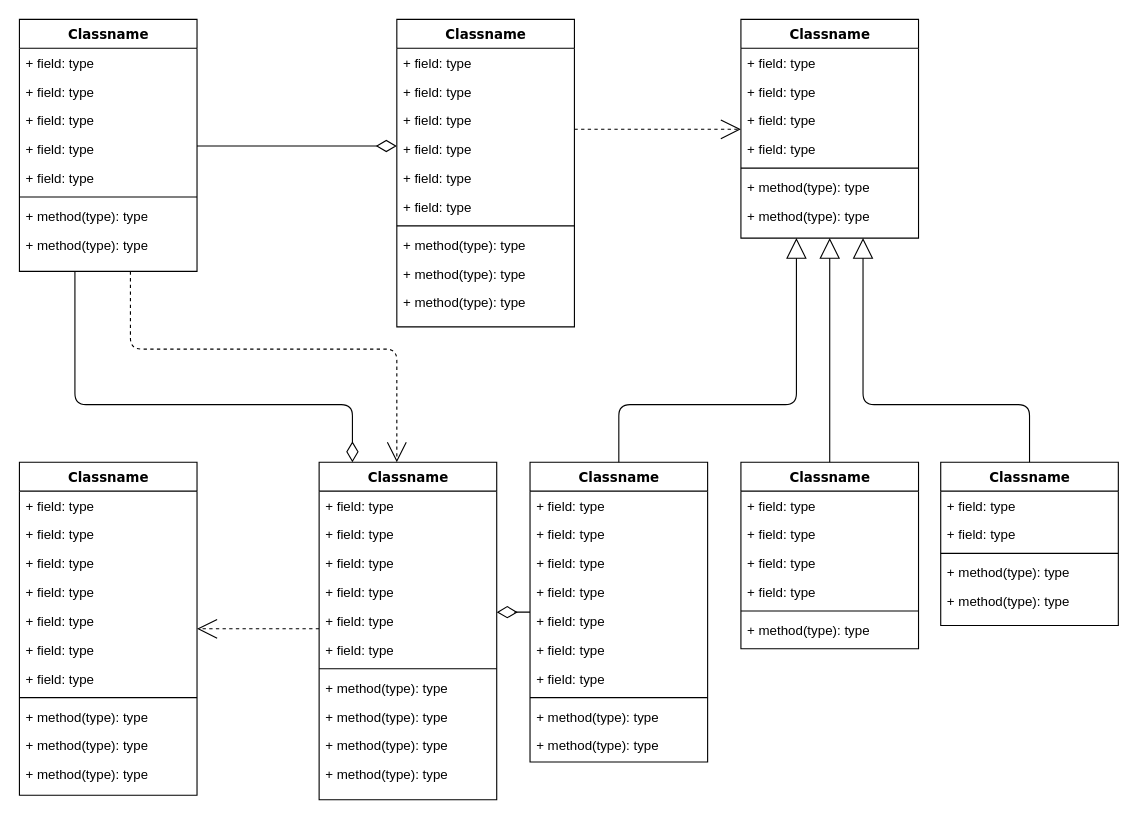
JoselitoNascimento/vue-mcj-api keeps this draw.io diagram as src/Untitled Diagram.drawio. Above is the earlier version. Source tidied: cells renumbered, new cells numbered last; positions are measured from the earlier drawing's top-left corner, leaving out a move shared by most shapes. Both pictures are drawn from the tidied source at 111%, with x=0, y=0 at pixel (19, 19).
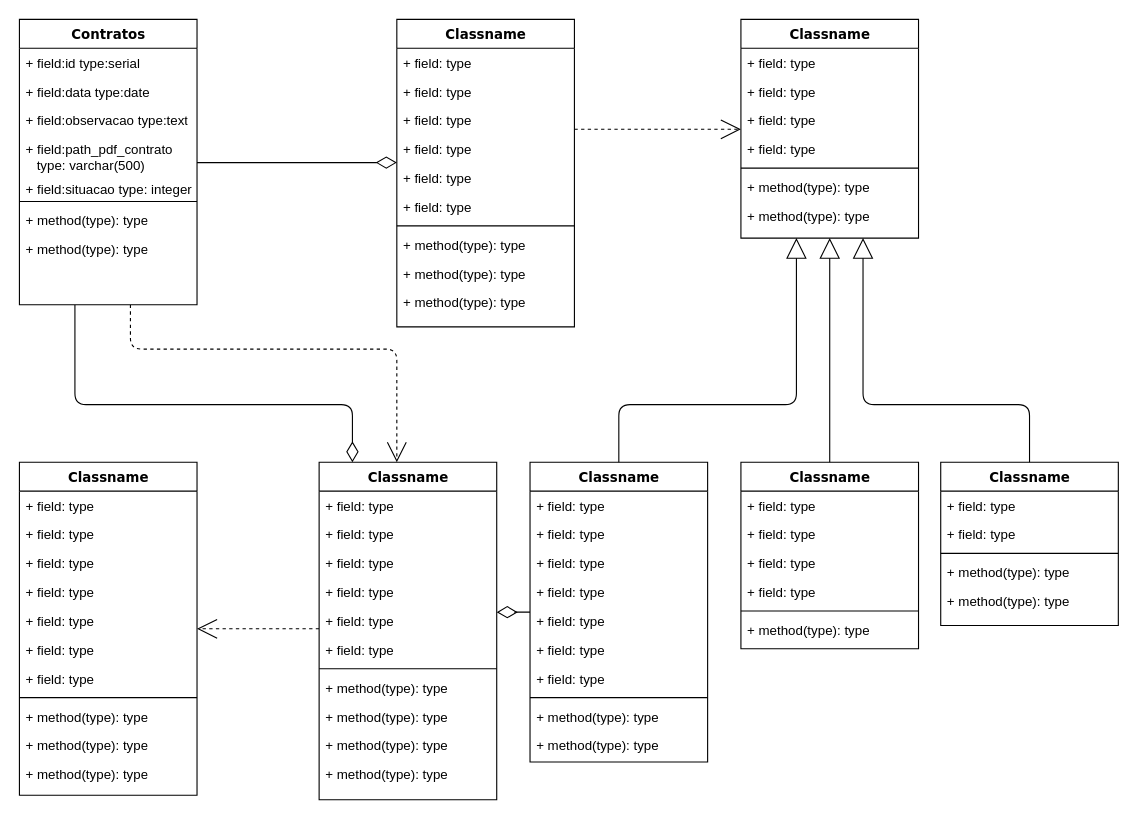
After the change.

The edit, as a diff of the source:
```diff
@@
-    <mxCell id="4" value="Classname" style="swimlane;html=1;fontStyle=1;align=center;verticalAlign=top;horizontal=1;startSize=26;swimlaneFillColor=#ffffff;rounded=0;shadow=0;comic=0;labelBackgroundColor=none;strokeWidth=1;fillColor=none;fontFamily=Verdana;fontSize=12;" parent="1" vertex="1">
-      <mxGeometry width="160" height="227" as="geometry" />
+    <mxCell id="4" value="Contratos" style="swimlane;html=1;fontStyle=1;align=center;verticalAlign=top;horizontal=1;startSize=26;swimlaneFillColor=#ffffff;rounded=0;shadow=0;comic=0;labelBackgroundColor=none;strokeWidth=1;fillColor=none;fontFamily=Verdana;fontSize=12;" parent="1" vertex="1">
+      <mxGeometry width="160" height="257" as="geometry" />
     </mxCell>
-    <mxCell id="5" value="+ field: type" style="text;html=1;strokeColor=none;fillColor=none;align=left;verticalAlign=top;spacingLeft=4;spacingRight=4;whiteSpace=wrap;overflow=hidden;" parent="4" vertex="1">
+    <mxCell id="5" value="+ field:id type:serial" style="text;html=1;strokeColor=none;fillColor=none;align=left;verticalAlign=top;spacingLeft=4;spacingRight=4;whiteSpace=wrap;overflow=hidden;" parent="4" vertex="1">
       <mxGeometry y="26" width="160" height="26" as="geometry" />
     </mxCell>
-    <mxCell id="6" value="+ field: type" style="text;html=1;strokeColor=none;fillColor=none;align=left;verticalAlign=top;spacingLeft=4;spacingRight=4;whiteSpace=wrap;overflow=hidden;" parent="4" vertex="1">
+    <mxCell id="6" value="+ field:data type:date" style="text;html=1;strokeColor=none;fillColor=none;align=left;verticalAlign=top;spacingLeft=4;spacingRight=4;whiteSpace=wrap;overflow=hidden;" parent="4" vertex="1">
       <mxGeometry y="52" width="160" height="26" as="geometry" />
     </mxCell>
-    <mxCell id="7" value="+ field: type" style="text;html=1;strokeColor=none;fillColor=none;align=left;verticalAlign=top;spacingLeft=4;spacingRight=4;whiteSpace=wrap;overflow=hidden;" parent="4" vertex="1">
+    <mxCell id="7" value="+ field:observacao type:text" style="text;html=1;strokeColor=none;fillColor=none;align=left;verticalAlign=top;spacingLeft=4;spacingRight=4;whiteSpace=wrap;overflow=hidden;" parent="4" vertex="1">
       <mxGeometry y="78" width="160" height="26" as="geometry" />
     </mxCell>
-    <mxCell id="8" value="+ field: type" style="text;html=1;strokeColor=none;fillColor=none;align=left;verticalAlign=top;spacingLeft=4;spacingRight=4;whiteSpace=wrap;overflow=hidden;" parent="4" vertex="1">
-      <mxGeometry y="104" width="160" height="26" as="geometry" />
+    <mxCell id="8" value="+ field:path_pdf_contrato&lt;br&gt;&amp;nbsp; &amp;nbsp;type: varchar(500)" style="text;html=1;strokeColor=none;fillColor=none;align=left;verticalAlign=top;spacingLeft=4;spacingRight=4;whiteSpace=wrap;overflow=hidden;" parent="4" vertex="1">
+      <mxGeometry y="104" width="160" height="36" as="geometry" />
     </mxCell>
-    <mxCell id="9" value="+ field: type" style="text;html=1;strokeColor=none;fillColor=none;align=left;verticalAlign=top;spacingLeft=4;spacingRight=4;whiteSpace=wrap;overflow=hidden;" parent="4" vertex="1">
-      <mxGeometry y="130" width="160" height="26" as="geometry" />
+    <mxCell id="9" value="+ field:situacao type: integer" style="text;html=1;strokeColor=none;fillColor=none;align=left;verticalAlign=top;spacingLeft=4;spacingRight=4;whiteSpace=wrap;overflow=hidden;" parent="4" vertex="1">
+      <mxGeometry y="140" width="160" height="20" as="geometry" />
     </mxCell>
     <mxCell id="10" style="line;html=1;strokeWidth=1;fillColor=none;align=left;verticalAlign=middle;spacingTop=-1;spacingLeft=3;spacingRight=3;labelPosition=right;" parent="4" vertex="1">
-      <mxGeometry y="156" width="160" height="8" as="geometry" />
+      <mxGeometry y="160" width="160" height="8" as="geometry" />
     </mxCell>
     <mxCell id="11" value="+ method(type): type" style="text;html=1;strokeColor=none;fillColor=none;align=left;verticalAlign=top;spacingLeft=4;spacingRight=4;whiteSpace=wrap;overflow=hidden;" parent="4" vertex="1">
-      <mxGeometry y="164" width="160" height="26" as="geometry" />
+      <mxGeometry y="168" width="160" height="26" as="geometry" />
     </mxCell>
     <mxCell id="12" value="+ method(type): type" style="text;html=1;strokeColor=none;fillColor=none;align=left;verticalAlign=top;spacingLeft=4;spacingRight=4;whiteSpace=wrap;overflow=hidden;" parent="4" vertex="1">
-      <mxGeometry y="190" width="160" height="26" as="geometry" />
+      <mxGeometry y="194" width="160" height="26" as="geometry" />
     </mxCell>
```
